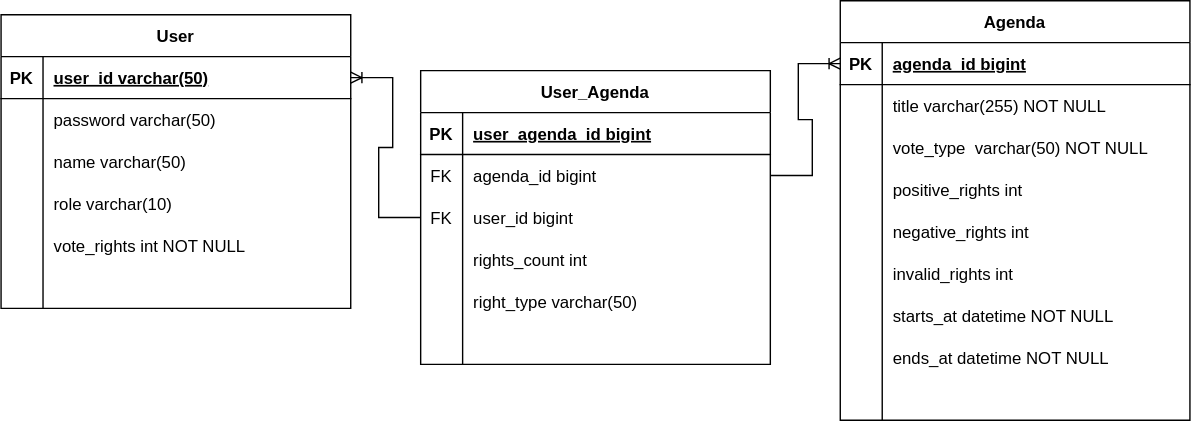
Above: voting-server/voting-server/documents/erd.drawio.svg in AnTaeWook/e-voting (draw.io), before the change. Source tidied: cells renumbered, new cells last; positions are measured from the earlier drawing's top-left corner, leaving out a move shared by most shapes.
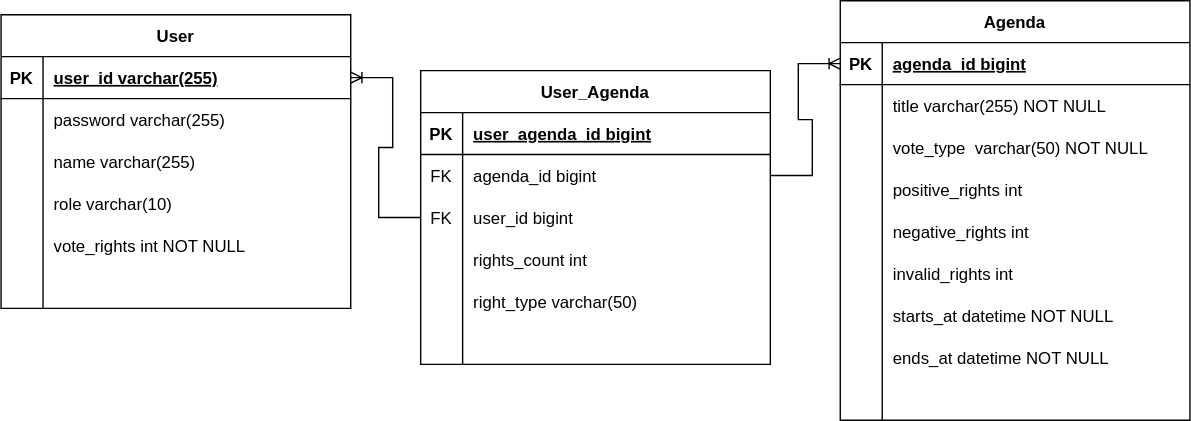
Later version of the same file.

What changed in the source:
```diff
@@ -152,7 +152,7 @@
     <mxCell id="51" value="PK" style="shape=partialRectangle;overflow=hidden;fillColor=none;top=0;left=0;bottom=0;right=0;fontStyle=1;" parent="50" vertex="1">
       <mxGeometry width="30" height="30" as="geometry" />
     </mxCell>
-    <mxCell id="52" value="user_id varchar(50)" style="shape=partialRectangle;overflow=hidden;fillColor=none;top=0;left=0;bottom=0;right=0;align=left;spacingLeft=6;fontStyle=5;" parent="50" vertex="1">
+    <mxCell id="52" value="user_id varchar(255)" style="shape=partialRectangle;overflow=hidden;fillColor=none;top=0;left=0;bottom=0;right=0;align=left;spacingLeft=6;fontStyle=5;" parent="50" vertex="1">
       <mxGeometry x="30" width="220" height="30" as="geometry" />
     </mxCell>
     <mxCell id="53" style="shape=partialRectangle;fillColor=none;top=0;left=0;right=0;bottom=0;" parent="49" vertex="1">
@@ -161,7 +161,7 @@
     <mxCell id="54" style="shape=partialRectangle;overflow=hidden;fillColor=none;top=0;left=0;bottom=0;right=0;" parent="53" vertex="1">
       <mxGeometry width="30" height="30" as="geometry" />
     </mxCell>
-    <mxCell id="55" value="password varchar(50)" style="shape=partialRectangle;overflow=hidden;fillColor=none;top=0;left=0;bottom=0;right=0;align=left;spacingLeft=6;" parent="53" vertex="1">
+    <mxCell id="55" value="password varchar(255)" style="shape=partialRectangle;overflow=hidden;fillColor=none;top=0;left=0;bottom=0;right=0;align=left;spacingLeft=6;" parent="53" vertex="1">
       <mxGeometry x="30" width="220" height="30" as="geometry" />
     </mxCell>
     <mxCell id="56" style="shape=partialRectangle;fillColor=none;top=0;left=0;right=0;bottom=0;" parent="49" vertex="1">
@@ -170,7 +170,7 @@
     <mxCell id="57" style="shape=partialRectangle;overflow=hidden;fillColor=none;top=0;left=0;bottom=0;right=0;" parent="56" vertex="1">
       <mxGeometry width="30" height="30" as="geometry" />
     </mxCell>
-    <mxCell id="58" value="name varchar(50)" style="shape=partialRectangle;overflow=hidden;fillColor=none;top=0;left=0;bottom=0;right=0;align=left;spacingLeft=6;" parent="56" vertex="1">
+    <mxCell id="58" value="name varchar(255)" style="shape=partialRectangle;overflow=hidden;fillColor=none;top=0;left=0;bottom=0;right=0;align=left;spacingLeft=6;" parent="56" vertex="1">
       <mxGeometry x="30" width="220" height="30" as="geometry" />
     </mxCell>
     <mxCell id="59" style="shape=partialRectangle;fillColor=none;top=0;left=0;right=0;bottom=0;" parent="49" vertex="1">
```
